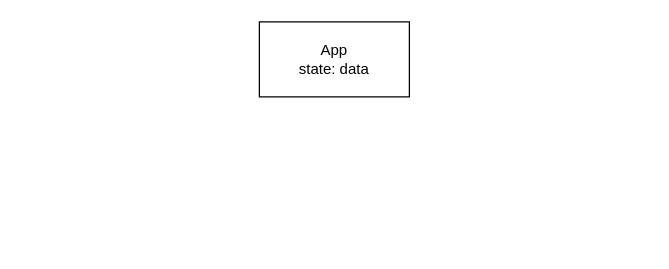
rachelAtFlatiron/EAST-SE-041023-Phase-2-React keeps this draw.io diagram as 03_information_flow/inverse_flow.drawio. Above is the earlier version. Source tidied: cells renumbered, new cells numbered last; positions are measured from the earlier drawing's top-left corner, leaving out a move shared by most shapes. Both pictures are drawn from the tidied source at 125%, with x=0, y=0 at pixel (259, 21).
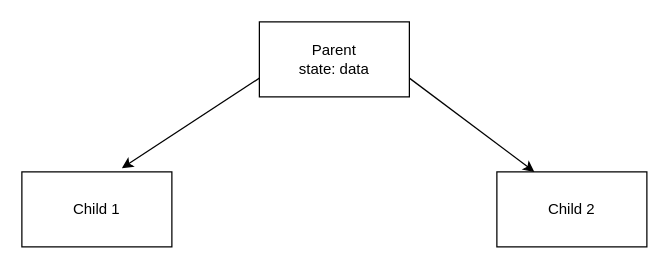
Above is the later version.

Diff of the diagram source:
```diff
@@
 <mxGraphModel>
   <root>
     <mxCell id="0" />
     <mxCell id="1" parent="0" />
+    <mxCell id="3" style="edgeStyle=none;html=1;exitX=0;exitY=0.75;exitDx=0;exitDy=0;entryX=0.667;entryY=-0.05;entryDx=0;entryDy=0;entryPerimeter=0;fillColor=#FF0000;" parent="1" edge="1" source="2" target="4">
+      <mxGeometry relative="1" as="geometry" />
+    </mxCell>
-    <mxCell id="2" value="App&lt;br&gt;state: data" style="whiteSpace=wrap;html=1;" parent="1" vertex="1">
+    <mxCell id="2" value="Parent&lt;br&gt;state: data" style="whiteSpace=wrap;html=1;" parent="1" vertex="1">
       <mxGeometry width="120" height="60" as="geometry" />
     </mxCell>
+    <mxCell id="4" value="Child 1" style="whiteSpace=wrap;html=1;" parent="1" vertex="1">
+      <mxGeometry x="-190" y="120" width="120" height="60" as="geometry" />
+    </mxCell>
+    <mxCell id="5" value="Child 2" style="whiteSpace=wrap;html=1;" parent="1" vertex="1">
+      <mxGeometry x="190" y="120" width="120" height="60" as="geometry" />
+    </mxCell>
+    <mxCell id="6" style="edgeStyle=none;jettySize=auto;html=1;fillColor=#FF0000;entryX=0.25;entryY=0;entryDx=0;entryDy=0;exitX=1;exitY=0.75;exitDx=0;exitDy=0;" parent="1" edge="1" source="2" target="5">
+      <mxGeometry relative="1" as="geometry" />
+    </mxCell>
   </root>
 </mxGraphModel>
```
